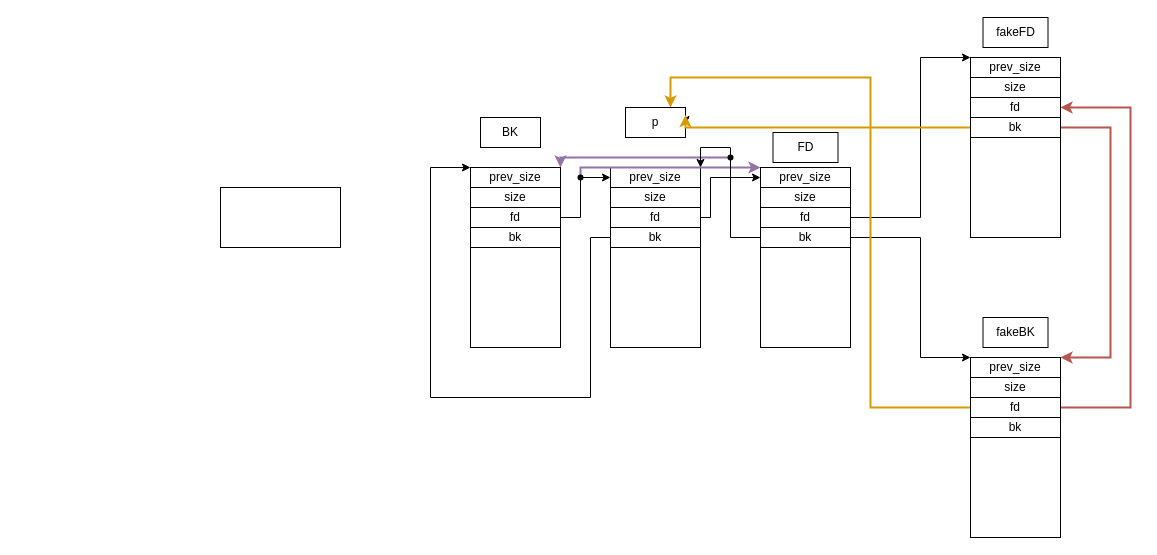
Before: img/未命名绘图.drawio in AndreiLavig/AndreiLavig.github.io, a draw.io diagram. Source tidied: cells renumbered, new cells numbered last; positions are measured from the earlier drawing's top-left corner, leaving out a move shared by most shapes. Both pictures are drawn from the tidied source at 100%, with x=0, y=0 at pixel (220, 17).
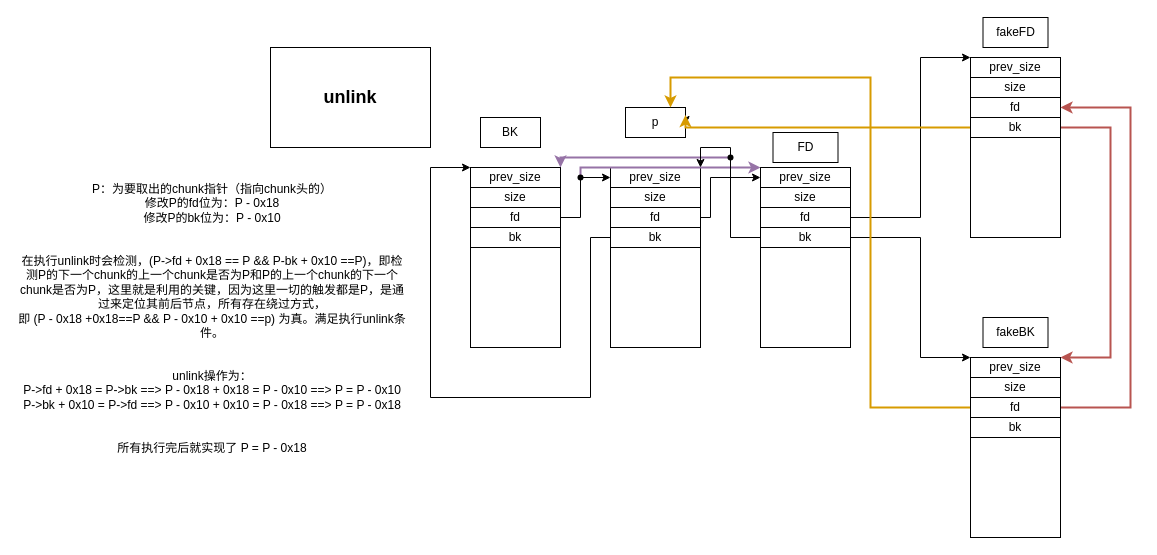
Above is the later version.

Commit message:
更新未命名绘图.drawio

Diff of the diagram source:
```diff
@@
-    <mxCell id="30" style="rounded=0;whiteSpace=wrap;html=1;" parent="1" vertex="1">
-      <mxGeometry y="170" width="120" height="60" as="geometry" />
+    <mxCell id="30" value="&lt;font style=&quot;font-size: 18px;&quot;&gt;&lt;b&gt;unlink&lt;/b&gt;&lt;/font&gt;" style="rounded=0;whiteSpace=wrap;html=1;" parent="1" vertex="1">
+      <mxGeometry x="50" y="30" width="160" height="100" as="geometry" />
     </mxCell>
@@
+    <mxCell id="51" value="P：为要取出的chunk指针（指向chunk头的）&lt;br&gt;修改P的fd位为：P - 0x18&lt;br&gt;修改P的bk位为：P - 0x10&lt;br&gt;&lt;br&gt;&lt;br&gt;在执行unlink时会检测，(P-&amp;gt;fd + 0x18 == P &amp;amp;&amp;amp; P-bk + 0x10 ==P)，即检测P的下一个chunk的上一个chunk是否为P和P的上一个chunk的下一个chunk是否为P，这里就是利用的关键，因为这里一切的触发都是P，是通过来定位其前后节点，所有存在绕过方式，&lt;br&gt;即 (P - 0x18 +0x18==P &amp;amp;&amp;amp; P - 0x10 + 0x10 ==p) 为真。满足执行unlink条件。&lt;br&gt;&lt;br&gt;&lt;br&gt;unlink操作为：&lt;br&gt;P-&amp;gt;fd + 0x18 = P-&amp;gt;bk ==&amp;gt; P - 0x18 + 0x18 = P - 0x10 ==&amp;gt; P = P - 0x10&lt;br&gt;P-&amp;gt;bk + 0x10 = P-&amp;gt;fd ==&amp;gt; P - 0x10 + 0x10 = P - 0x18 ==&amp;gt; P = P - 0x18&lt;br&gt;&lt;br&gt;&lt;br&gt;所有执行完后就实现了 P = P - 0x18&lt;br&gt;&lt;br&gt;&lt;br&gt;&lt;br&gt;&amp;nbsp; &amp;nbsp; &amp;nbsp; &amp;nbsp; &amp;nbsp; &amp;nbsp; &amp;nbsp; &amp;nbsp; &amp;nbsp; &amp;nbsp;&amp;nbsp;" style="text;html=1;align=center;verticalAlign=middle;whiteSpace=wrap;rounded=0;" parent="1" vertex="1">
+      <mxGeometry x="-203" y="200" width="390" height="260" as="geometry" />
+    </mxCell>
```
